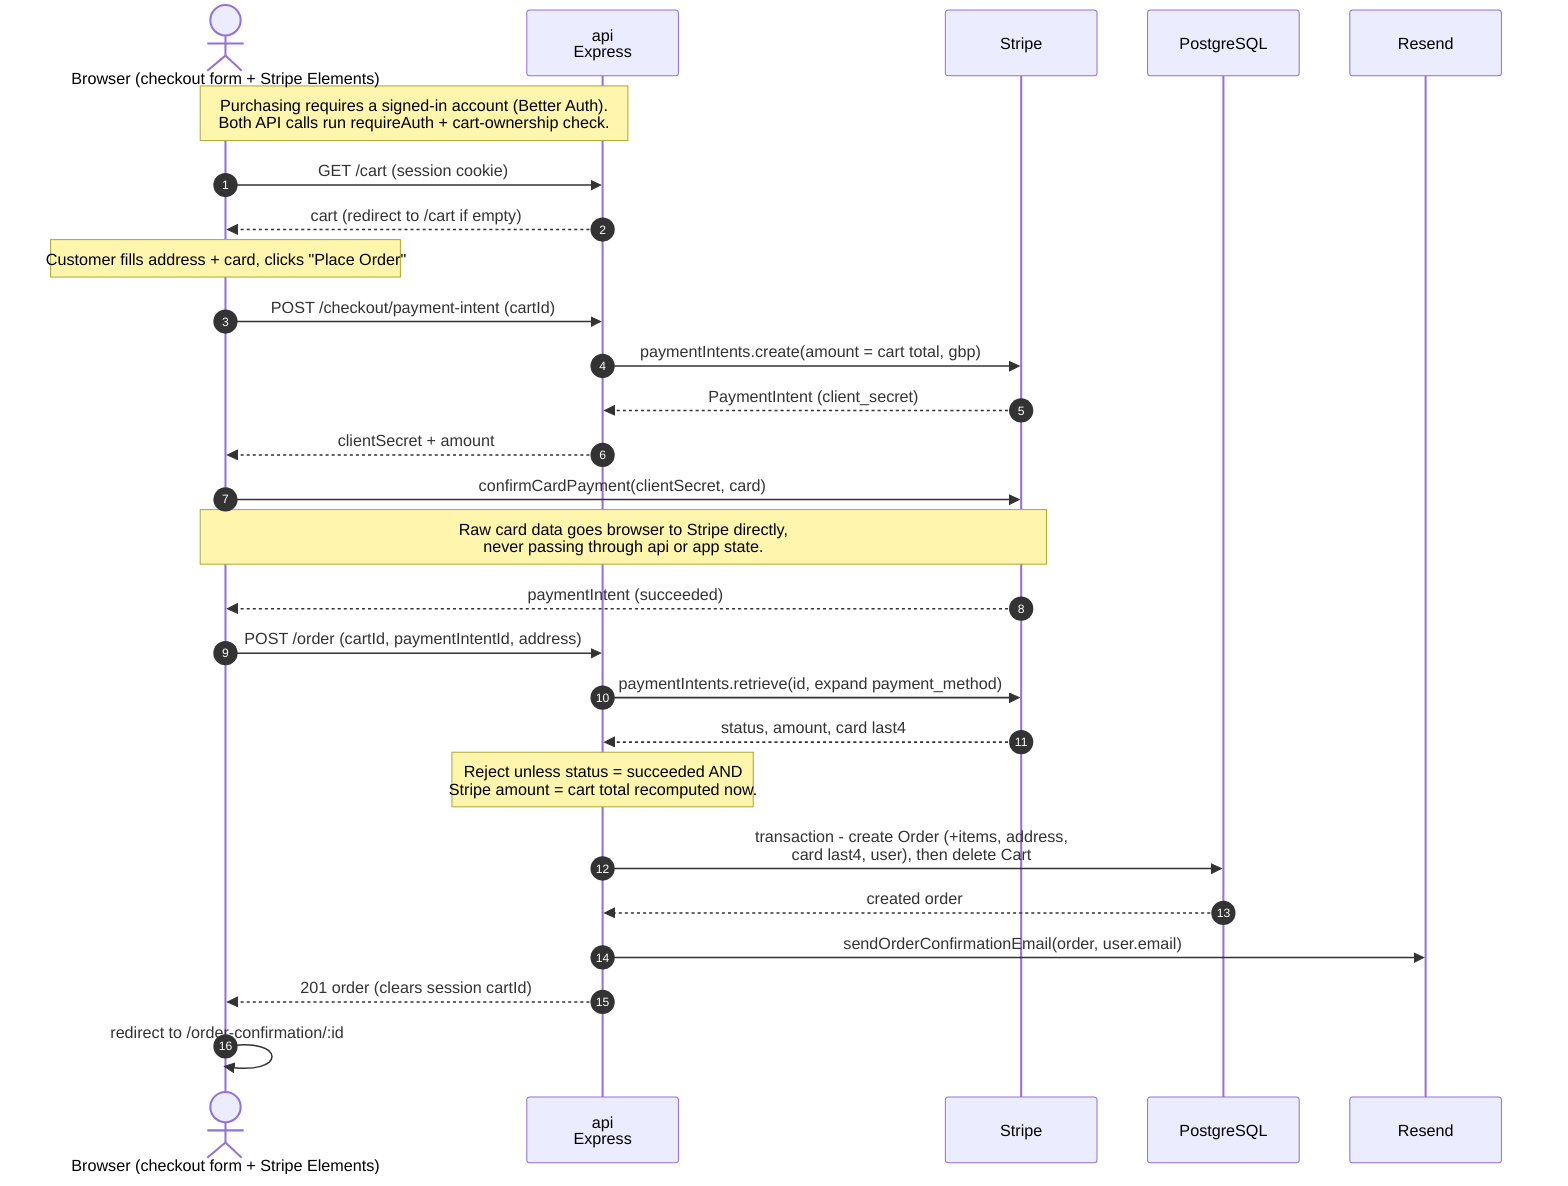
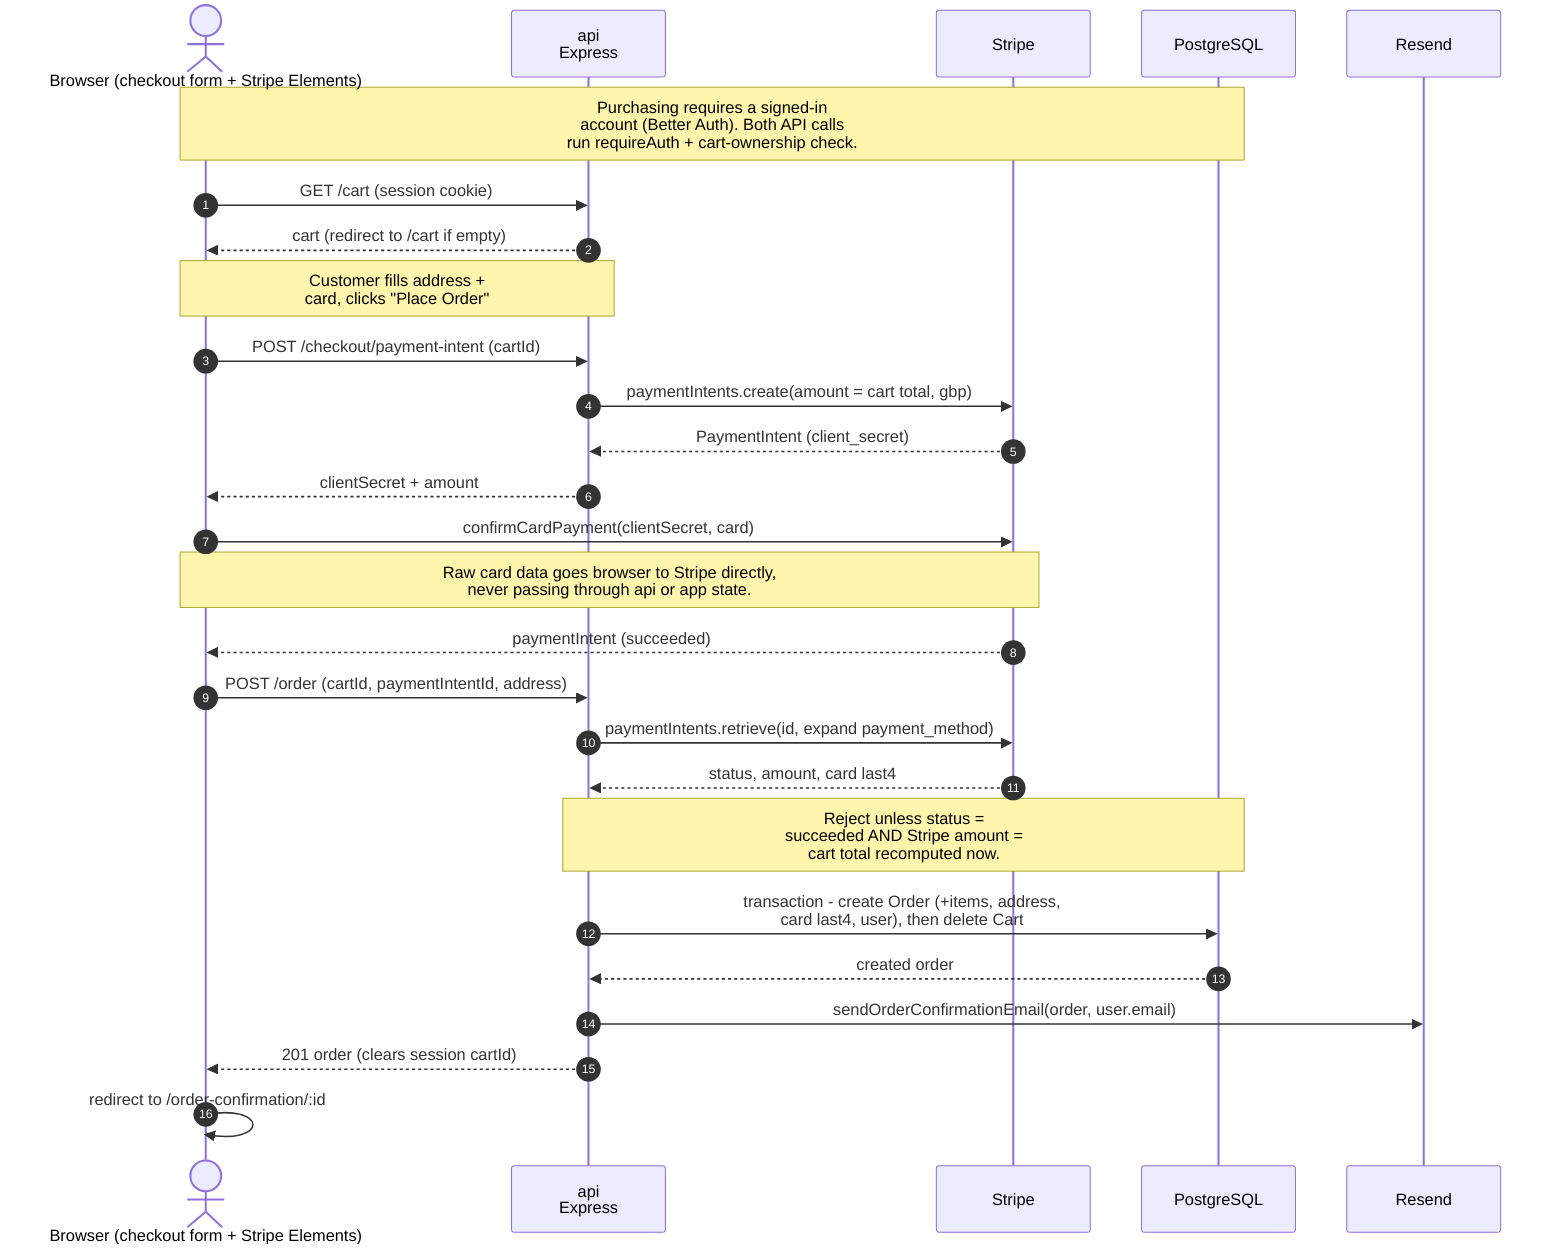
%% Checkout sequence - placing an order from the checkout form.
%% Source of truth: packages/web/app/checkout/*, packages/api/src/features/checkout + orders,
%% docs/adr/006-authentication.md. Regenerate the SVG with: bun run diagrams
sequenceDiagram
  autonumber
  actor U as Browser (checkout form + Stripe Elements)
  participant A as api<br/>Express
  participant ST as Stripe
  participant DB as PostgreSQL
  participant RS as Resend

-   Note over U,A: Purchasing requires a signed-in account (Better Auth).<br/>Both API calls run requireAuth + cart-ownership check.
+   Note over U,DB: Purchasing requires a signed-in<br/>account (Better Auth). Both API calls<br/>run requireAuth + cart-ownership check.

  U->>A: GET /cart (session cookie)
  A-->>U: cart (redirect to /cart if empty)

-   Note over U: Customer fills address + card, clicks "Place Order"
+   Note over U,A: Customer fills address +<br/>card, clicks "Place Order"

  U->>A: POST /checkout/payment-intent (cartId)
  A->>ST: paymentIntents.create(amount = cart total, gbp)
  ST-->>A: PaymentIntent (client_secret)
  A-->>U: clientSecret + amount

  U->>ST: confirmCardPayment(clientSecret, card)
  Note over U,ST: Raw card data goes browser to Stripe directly,<br/>never passing through api or app state.
  ST-->>U: paymentIntent (succeeded)

  U->>A: POST /order (cartId, paymentIntentId, address)
  A->>ST: paymentIntents.retrieve(id, expand payment_method)
  ST-->>A: status, amount, card last4
-   Note over A: Reject unless status = succeeded AND<br/>Stripe amount = cart total recomputed now.
+   Note over A,DB: Reject unless status =<br/>succeeded AND Stripe amount =<br/>cart total recomputed now.

  A->>DB: transaction - create Order (+items, address,<br/>card last4, user), then delete Cart
  DB-->>A: created order
  A->>RS: sendOrderConfirmationEmail(order, user.email)
  A-->>U: 201 order (clears session cartId)

  U->>U: redirect to /order-confirmation/:id
